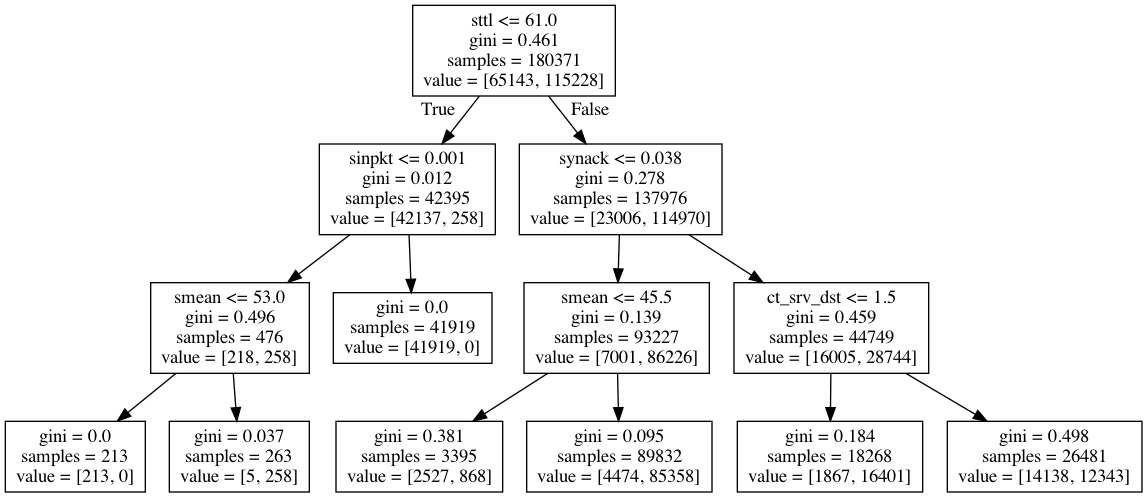
Above: 5.ML_Models/baseline/images/decisionTree_wo_prep.png in divyaKh/CMPE255Project (Graphviz), before the change. Its source is kept beside it as 5.ML_Models/baseline/images/decisionTree_wo_prep.dot.
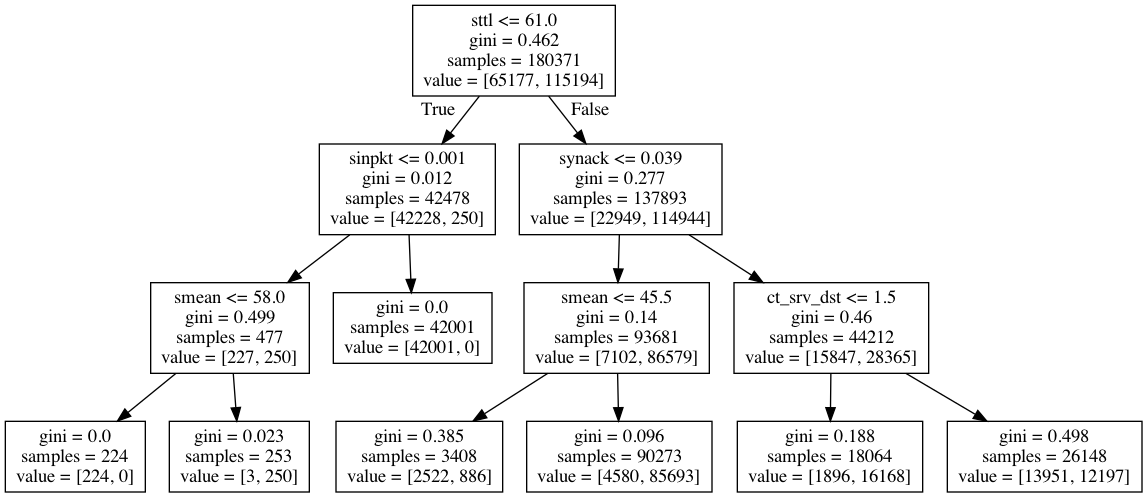
After the commit.

What changed in the source:
```diff
@@ -1,28 +1,28 @@
 digraph Tree {
 node [shape=box] ;
-0 [label="sttl <= 61.0\ngini = 0.461\nsamples = 180371\nvalue = [65143, 115228]"] ;
-1 [label="sinpkt <= 0.001\ngini = 0.012\nsamples = 42395\nvalue = [42137, 258]"] ;
+0 [label="sttl <= 61.0\ngini = 0.462\nsamples = 180371\nvalue = [65177, 115194]"] ;
+1 [label="sinpkt <= 0.001\ngini = 0.012\nsamples = 42478\nvalue = [42228, 250]"] ;
 0 -> 1 [labeldistance=2.5, labelangle=45, headlabel="True"] ;
-2 [label="smean <= 53.0\ngini = 0.496\nsamples = 476\nvalue = [218, 258]"] ;
+2 [label="smean <= 58.0\ngini = 0.499\nsamples = 477\nvalue = [227, 250]"] ;
 1 -> 2 ;
-3 [label="gini = 0.0\nsamples = 213\nvalue = [213, 0]"] ;
+3 [label="gini = 0.0\nsamples = 224\nvalue = [224, 0]"] ;
 2 -> 3 ;
-4 [label="gini = 0.037\nsamples = 263\nvalue = [5, 258]"] ;
+4 [label="gini = 0.023\nsamples = 253\nvalue = [3, 250]"] ;
 2 -> 4 ;
-5 [label="gini = 0.0\nsamples = 41919\nvalue = [41919, 0]"] ;
+5 [label="gini = 0.0\nsamples = 42001\nvalue = [42001, 0]"] ;
 1 -> 5 ;
-6 [label="synack <= 0.038\ngini = 0.278\nsamples = 137976\nvalue = [23006, 114970]"] ;
+6 [label="synack <= 0.039\ngini = 0.277\nsamples = 137893\nvalue = [22949, 114944]"] ;
 0 -> 6 [labeldistance=2.5, labelangle=-45, headlabel="False"] ;
-7 [label="smean <= 45.5\ngini = 0.139\nsamples = 93227\nvalue = [7001, 86226]"] ;
+7 [label="smean <= 45.5\ngini = 0.14\nsamples = 93681\nvalue = [7102, 86579]"] ;
 6 -> 7 ;
-8 [label="gini = 0.381\nsamples = 3395\nvalue = [2527, 868]"] ;
+8 [label="gini = 0.385\nsamples = 3408\nvalue = [2522, 886]"] ;
 7 -> 8 ;
-9 [label="gini = 0.095\nsamples = 89832\nvalue = [4474, 85358]"] ;
+9 [label="gini = 0.096\nsamples = 90273\nvalue = [4580, 85693]"] ;
 7 -> 9 ;
-10 [label="ct_srv_dst <= 1.5\ngini = 0.459\nsamples = 44749\nvalue = [16005, 28744]"] ;
+10 [label="ct_srv_dst <= 1.5\ngini = 0.46\nsamples = 44212\nvalue = [15847, 28365]"] ;
 6 -> 10 ;
-11 [label="gini = 0.184\nsamples = 18268\nvalue = [1867, 16401]"] ;
+11 [label="gini = 0.188\nsamples = 18064\nvalue = [1896, 16168]"] ;
 10 -> 11 ;
-12 [label="gini = 0.498\nsamples = 26481\nvalue = [14138, 12343]"] ;
+12 [label="gini = 0.498\nsamples = 26148\nvalue = [13951, 12197]"] ;
 10 -> 12 ;
 }
```
